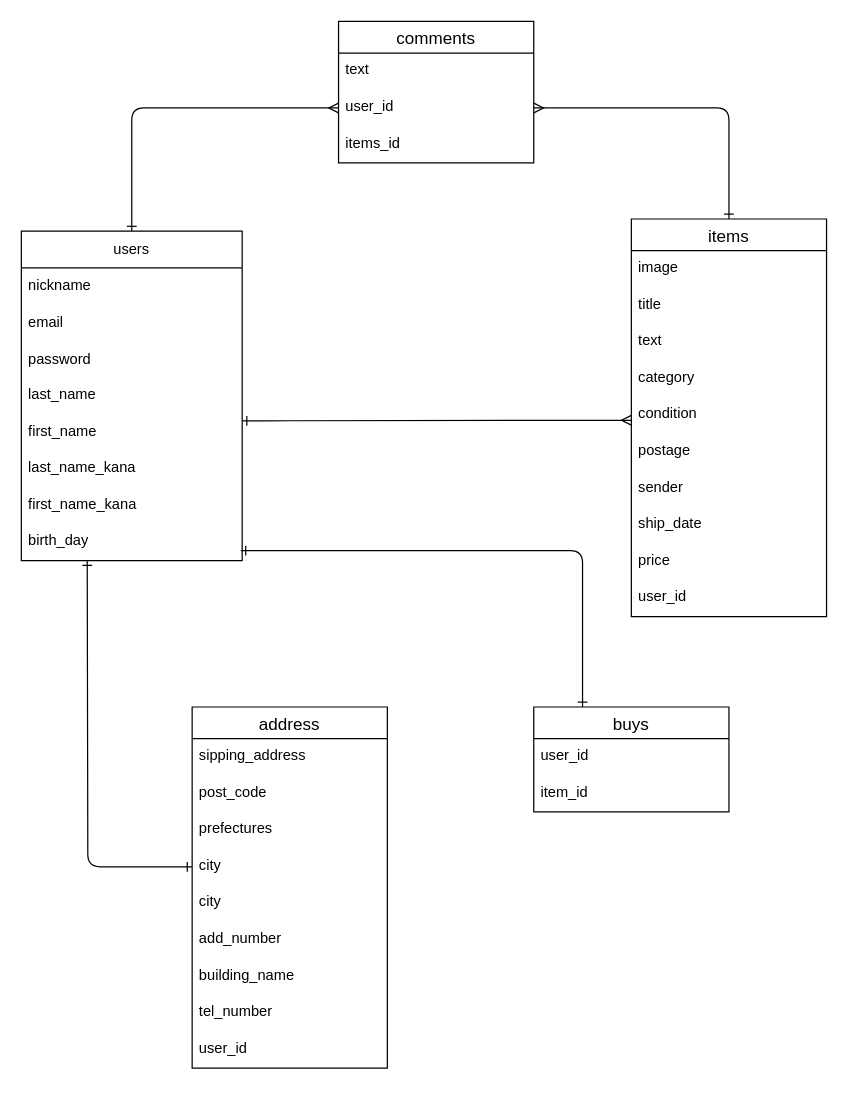
Above: er.dio in kurikinako/furima-39224 (draw.io), before the change. Source tidied: cells renumbered, new cells numbered last; positions are measured from the earlier drawing's top-left corner, leaving out a move shared by most shapes. Both pictures are drawn from the tidied source at 122%, with x=0, y=0 at pixel (21, 21).
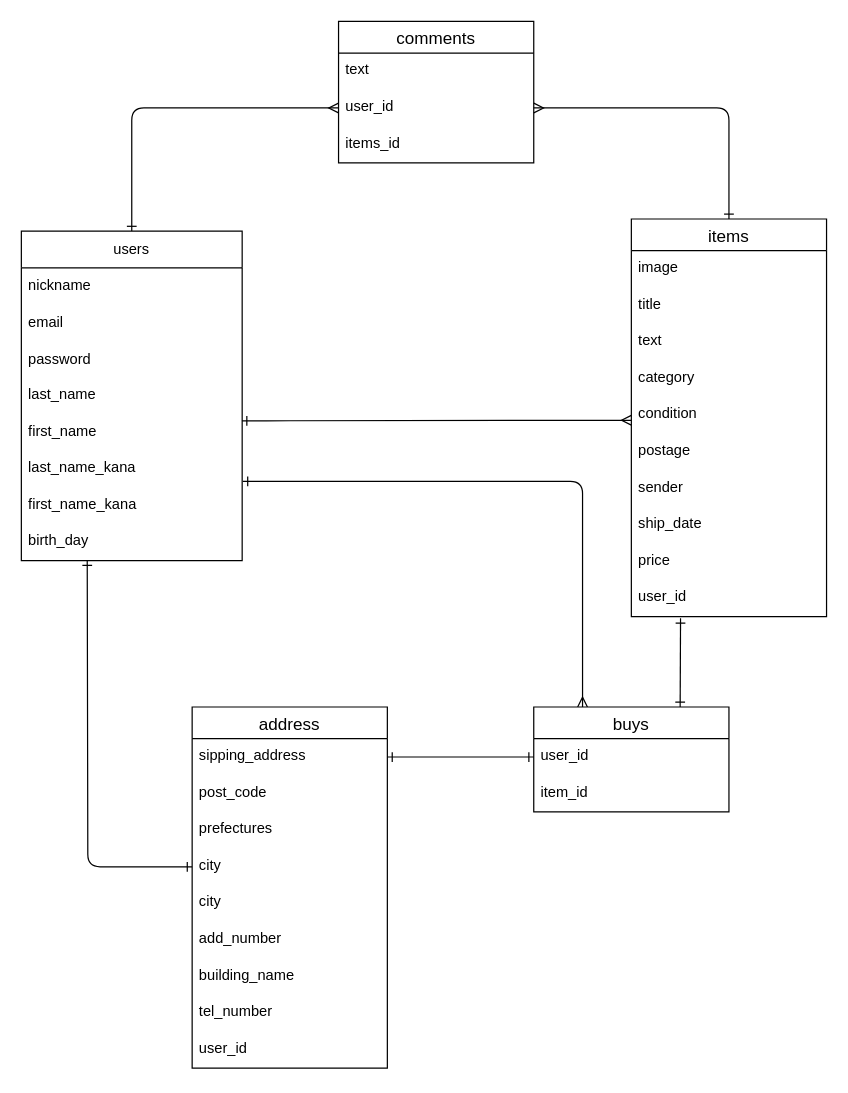
Above is the later version.

Commit message (it also covers changes not shown here):
データベースの修正②

Unchanged cells that the change refers to:
```xml
<mxCell id="10" value="first_name_kana" style="text;strokeColor=none;fillColor=none;spacingLeft=4;spacingRight=4;overflow=hidden;points=[[0,0.5],[1,0.5]];portConstraint=eastwest;fontSize=12;" parent="3" vertex="1">
  <mxGeometry y="210" width="181" height="30" as="geometry" />
</mxCell>
<mxCell id="22" value="user_id" style="text;strokeColor=none;fillColor=none;spacingLeft=4;spacingRight=4;overflow=hidden;points=[[0,0.5],[1,0.5]];portConstraint=eastwest;fontSize=12;" parent="12" vertex="1">
  <mxGeometry y="296" width="160" height="30" as="geometry" />
</mxCell>
<mxCell id="28" value="buys" style="swimlane;fontStyle=0;horizontal=1;startSize=26;align=center;fontSize=14;" parent="1" vertex="1">
  <mxGeometry x="420" y="562" width="160" height="86" as="geometry" />
</mxCell>
<mxCell id="29" value="user_id" style="text;strokeColor=none;fillColor=none;spacingLeft=4;spacingRight=4;overflow=hidden;points=[[0,0.5],[1,0.5]];portConstraint=eastwest;fontSize=12;" parent="28" vertex="1">
  <mxGeometry y="26" width="160" height="30" as="geometry" />
</mxCell>
<mxCell id="32" value="sipping_address" style="text;strokeColor=none;fillColor=none;spacingLeft=4;spacingRight=4;overflow=hidden;points=[[0,0.5],[1,0.5]];portConstraint=eastwest;fontSize=12;" parent="31" vertex="1">
  <mxGeometry y="26" width="160" height="30" as="geometry" />
</mxCell>
```

Change to the diagram source:
```diff
@@
-    <mxCell id="27" style="html=1;exitX=0.25;exitY=0;exitDx=0;exitDy=0;startArrow=ERone;startFill=0;endArrow=ERone;endFill=0;elbow=vertical;entryX=0.994;entryY=0.06;entryDx=0;entryDy=0;entryPerimeter=0;edgeStyle=orthogonalEdgeStyle;" parent="1" edge="1" source="28">
-      <mxGeometry relative="1" as="geometry">
-        <mxPoint x="179.9" y="433.8" as="targetPoint" />
-        <Array as="points">
-          <mxPoint x="460" y="434" />
-        </Array>
-      </mxGeometry>
-    </mxCell>
+    <mxCell id="44" style="edgeStyle=orthogonalEdgeStyle;html=1;exitX=0.25;exitY=0;exitDx=0;exitDy=0;entryX=1.003;entryY=-0.167;entryDx=0;entryDy=0;entryPerimeter=0;startArrow=ERmany;startFill=0;endArrow=ERone;endFill=0;elbow=vertical;" parent="1" edge="1" source="28" target="10">
+      <mxGeometry relative="1" as="geometry" />
+    </mxCell>
+    <mxCell id="45" style="edgeStyle=none;html=1;exitX=0.75;exitY=0;exitDx=0;exitDy=0;entryX=0.252;entryY=1.04;entryDx=0;entryDy=0;entryPerimeter=0;startArrow=ERone;startFill=0;endArrow=ERone;endFill=0;elbow=vertical;" parent="1" edge="1" source="28" target="22">
+      <mxGeometry relative="1" as="geometry" />
+    </mxCell>
@@
+    <mxCell id="46" style="edgeStyle=orthogonalEdgeStyle;html=1;exitX=0;exitY=0.5;exitDx=0;exitDy=0;entryX=1;entryY=0.5;entryDx=0;entryDy=0;startArrow=ERone;startFill=0;endArrow=ERone;endFill=0;elbow=vertical;" parent="1" edge="1" source="29" target="32">
+      <mxGeometry relative="1" as="geometry" />
+    </mxCell>
```
